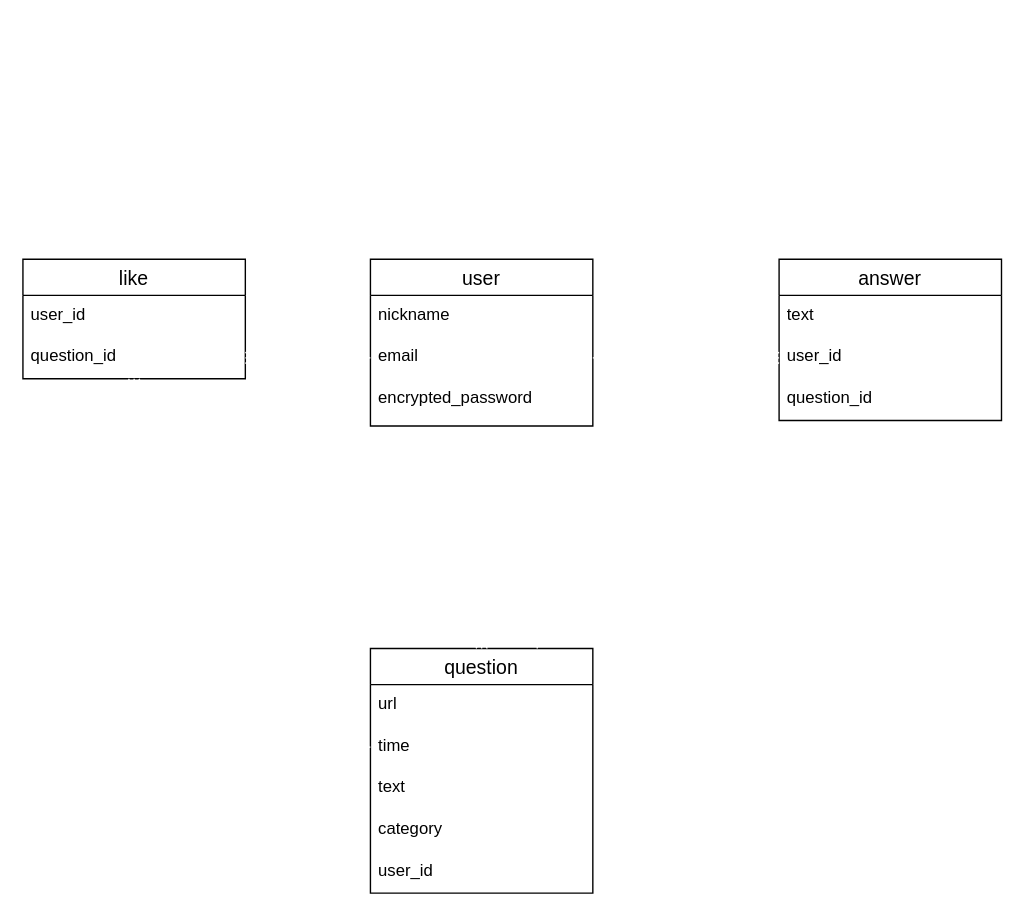
ikejiri-ohashi/formula keeps this draw.io diagram as formula.drawio. Above is the earlier version. Source tidied: cells renumbered, new cells numbered last; positions are measured from the earlier drawing's top-left corner, leaving out a move shared by most shapes. Both pictures are drawn from the tidied source at 139%, with x=0, y=0 at pixel (22, 259).
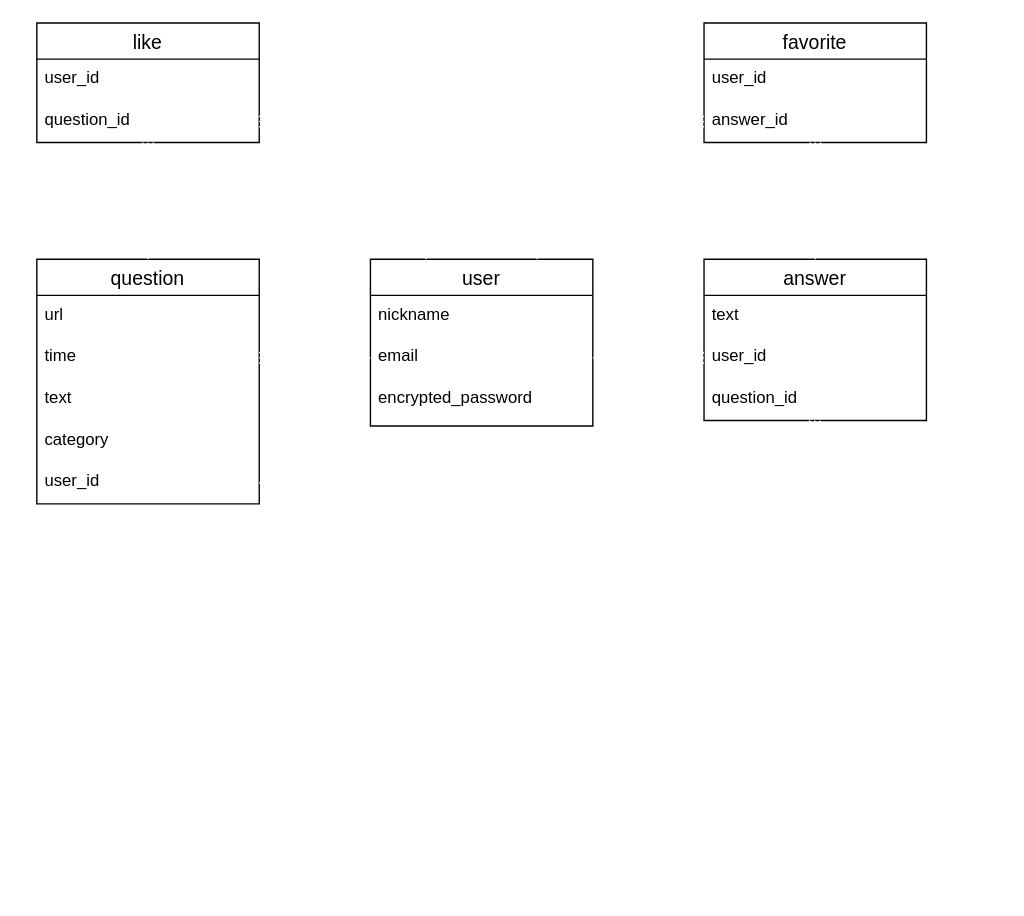
The same diagram, later.

Unchanged cells that the change refers to:
```xml
<mxCell id="5" value="question_id" style="text;strokeColor=none;fillColor=none;spacingLeft=4;spacingRight=4;overflow=hidden;points=[[0,0.5],[1,0.5]];portConstraint=eastwest;fontSize=12;" parent="2" vertex="1">
  <mxGeometry y="86" width="160" height="30" as="geometry" />
</mxCell>
<mxCell id="8" value="time" style="text;strokeColor=none;fillColor=none;spacingLeft=4;spacingRight=4;overflow=hidden;points=[[0,0.5],[1,0.5]];portConstraint=eastwest;fontSize=12;" parent="6" vertex="1">
  <mxGeometry y="56" width="160" height="30" as="geometry" />
</mxCell>
<mxCell id="11" value="user_id" style="text;strokeColor=none;fillColor=none;spacingLeft=4;spacingRight=4;overflow=hidden;points=[[0,0.5],[1,0.5]];portConstraint=eastwest;fontSize=12;" parent="6" vertex="1">
  <mxGeometry y="146" width="160" height="30" as="geometry" />
</mxCell>
<mxCell id="12" value="user" style="swimlane;fontStyle=0;horizontal=1;startSize=26;align=center;fontSize=14;" parent="1" vertex="1">
  <mxGeometry x="250" width="160" height="120" as="geometry" />
</mxCell>
<mxCell id="14" value="email" style="text;strokeColor=none;fillColor=none;spacingLeft=4;spacingRight=4;overflow=hidden;points=[[0,0.5],[1,0.5]];portConstraint=eastwest;fontSize=12;" parent="12" vertex="1">
  <mxGeometry y="56" width="160" height="30" as="geometry" />
</mxCell>
<mxCell id="15" value="encrypted_password" style="text;strokeColor=none;fillColor=none;spacingLeft=4;spacingRight=4;overflow=hidden;points=[[0,0.5],[1,0.5]];portConstraint=eastwest;fontSize=12;" parent="12" vertex="1">
  <mxGeometry y="86" width="160" height="34" as="geometry" />
</mxCell>
<mxCell id="21" value="question_id" style="text;strokeColor=none;fillColor=none;spacingLeft=4;spacingRight=4;overflow=hidden;points=[[0,0.5],[1,0.5]];portConstraint=eastwest;fontSize=12;" parent="19" vertex="1">
  <mxGeometry y="56" width="160" height="30" as="geometry" />
</mxCell>
```

Diff of the diagram source:
```diff
@@
     <mxCell id="2" value="answer" style="swimlane;fontStyle=0;horizontal=1;startSize=26;align=center;fontSize=14;" parent="1" vertex="1">
-      <mxGeometry x="544" width="160" height="116" as="geometry" />
+      <mxGeometry x="490" width="160" height="116" as="geometry" />
     </mxCell>
@@
     <mxCell id="6" value="question" style="swimlane;fontStyle=0;horizontal=1;startSize=26;align=center;fontSize=14;" parent="1" vertex="1">
-      <mxGeometry x="250" y="280" width="160" height="176" as="geometry" />
+      <mxGeometry x="10" width="160" height="176" as="geometry" />
     </mxCell>
@@
-    <mxCell id="16" style="edgeStyle=none;rounded=0;jettySize=auto;html=1;startArrow=ERone;startFill=0;endArrow=ERmany;endFill=0;strokeColor=#FFFFFF;exitX=0.506;exitY=1.088;exitDx=0;exitDy=0;entryX=0.5;entryY=0;entryDx=0;entryDy=0;exitPerimeter=0;" parent="1" edge="1" source="15" target="6">
+    <mxCell id="16" style="edgeStyle=none;rounded=0;jettySize=auto;html=1;startArrow=ERone;startFill=0;endArrow=ERmany;endFill=0;strokeColor=#FFFFFF;exitX=0;exitY=0.5;exitDx=0;exitDy=0;entryX=1;entryY=0.5;entryDx=0;entryDy=0;" parent="1" edge="1" source="14" target="8">
       <mxGeometry relative="1" as="geometry" />
     </mxCell>
@@
-    <mxCell id="18" style="edgeStyle=none;rounded=0;jettySize=auto;html=1;startArrow=ERone;startFill=0;endArrow=ERmany;endFill=0;strokeColor=#FFFFFF;exitX=0.75;exitY=0;exitDx=0;exitDy=0;entryX=0.494;entryY=1.067;entryDx=0;entryDy=0;entryPerimeter=0;" parent="1" edge="1" source="6" target="5">
+    <mxCell id="18" style="edgeStyle=none;rounded=0;jettySize=auto;html=1;startArrow=ERone;startFill=0;endArrow=ERmany;endFill=0;strokeColor=#FFFFFF;exitX=1;exitY=0.5;exitDx=0;exitDy=0;" parent="1" edge="1" source="11" target="5">
       <mxGeometry relative="1" as="geometry">
         <Array as="points">
-          <mxPoint x="370" y="230" />
-          <mxPoint x="624" y="230" />
+          <mxPoint x="569" y="161" />
         </Array>
       </mxGeometry>
     </mxCell>
     <mxCell id="19" value="like" style="swimlane;fontStyle=0;horizontal=1;startSize=26;align=center;fontSize=14;" parent="1" vertex="1">
-      <mxGeometry width="160" height="86" as="geometry" />
+      <mxGeometry x="10" y="-170" width="160" height="86" as="geometry" />
     </mxCell>
@@
-    <mxCell id="22" style="edgeStyle=none;rounded=0;jettySize=auto;html=1;startArrow=ERone;startFill=0;endArrow=ERmany;endFill=0;strokeColor=#FFFFFF;exitX=0;exitY=0.5;exitDx=0;exitDy=0;entryX=1;entryY=0.5;entryDx=0;entryDy=0;" parent="1" edge="1" source="14" target="21">
-      <mxGeometry relative="1" as="geometry" />
+    <mxCell id="22" style="edgeStyle=none;rounded=0;jettySize=auto;html=1;startArrow=ERone;startFill=0;endArrow=ERmany;endFill=0;strokeColor=#FFFFFF;exitX=0.25;exitY=0;exitDx=0;exitDy=0;entryX=1;entryY=0.5;entryDx=0;entryDy=0;" parent="1" edge="1" source="12" target="21">
+      <mxGeometry relative="1" as="geometry">
+        <Array as="points">
+          <mxPoint x="290" y="-100" />
+        </Array>
+      </mxGeometry>
     </mxCell>
-    <mxCell id="23" style="edgeStyle=none;rounded=0;jettySize=auto;html=1;startArrow=ERone;startFill=0;endArrow=ERmany;endFill=0;strokeColor=#FFFFFF;exitX=0;exitY=0.5;exitDx=0;exitDy=0;" parent="1" edge="1" source="8" target="21">
-      <mxGeometry relative="1" as="geometry">
-        <Array as="points">
-          <mxPoint x="80" y="351" />
-        </Array>
-      </mxGeometry>
+    <mxCell id="23" style="edgeStyle=none;rounded=0;jettySize=auto;html=1;startArrow=ERone;startFill=0;endArrow=ERmany;endFill=0;strokeColor=#FFFFFF;exitX=0.5;exitY=0;exitDx=0;exitDy=0;" parent="1" edge="1" source="6" target="21">
+      <mxGeometry relative="1" as="geometry" />
     </mxCell>
+    <mxCell id="24" value="favorite" style="swimlane;fontStyle=0;horizontal=1;startSize=26;align=center;fontSize=14;" parent="1" vertex="1">
+      <mxGeometry x="490" y="-170" width="160" height="86" as="geometry" />
+    </mxCell>
+    <mxCell id="25" value="user_id" style="text;strokeColor=none;fillColor=none;spacingLeft=4;spacingRight=4;overflow=hidden;fontSize=12;" parent="24" vertex="1">
+      <mxGeometry y="26" width="160" height="30" as="geometry" />
+    </mxCell>
+    <mxCell id="26" value="answer_id" style="text;strokeColor=none;fillColor=none;spacingLeft=4;spacingRight=4;overflow=hidden;points=[[0,0.5],[1,0.5]];portConstraint=eastwest;fontSize=12;" parent="24" vertex="1">
+      <mxGeometry y="56" width="160" height="30" as="geometry" />
+    </mxCell>
+    <mxCell id="27" style="edgeStyle=none;rounded=0;jettySize=auto;html=1;startArrow=ERone;startFill=0;endArrow=ERmany;endFill=0;strokeColor=#FFFFFF;exitX=0.75;exitY=0;exitDx=0;exitDy=0;entryX=0;entryY=0.5;entryDx=0;entryDy=0;" parent="1" edge="1" source="12" target="26">
+      <mxGeometry relative="1" as="geometry">
+        <Array as="points">
+          <mxPoint x="370" y="-99" />
+        </Array>
+      </mxGeometry>
+    </mxCell>
+    <mxCell id="28" style="edgeStyle=none;rounded=0;jettySize=auto;html=1;startArrow=ERone;startFill=0;endArrow=ERmany;endFill=0;strokeColor=#FFFFFF;exitX=0.5;exitY=0;exitDx=0;exitDy=0;" parent="1" edge="1" source="2" target="26">
+      <mxGeometry relative="1" as="geometry" />
+    </mxCell>
```
